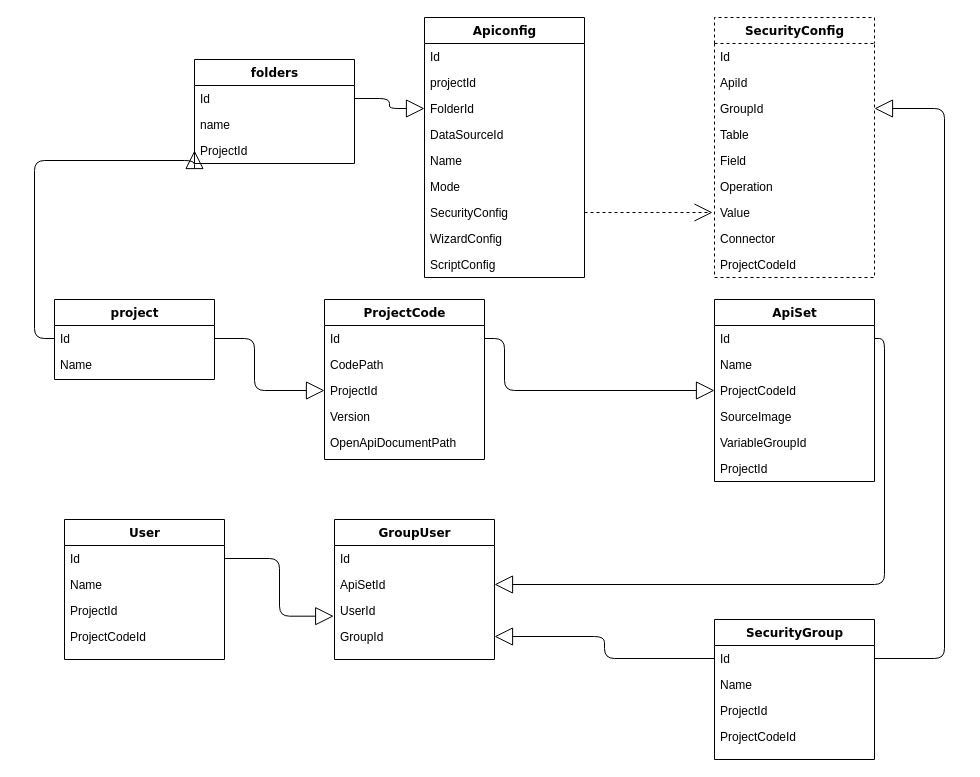
The draw.io diagram Untitled Diagram.drawio in JohnXu/JohnDiagrams, before the edit. Source tidied: cells renumbered, new cells numbered last; positions are measured from the earlier drawing's top-left corner, leaving out a move shared by most shapes. Both pictures are drawn from the tidied source at 100%, with x=0, y=0 at pixel (34, 17).
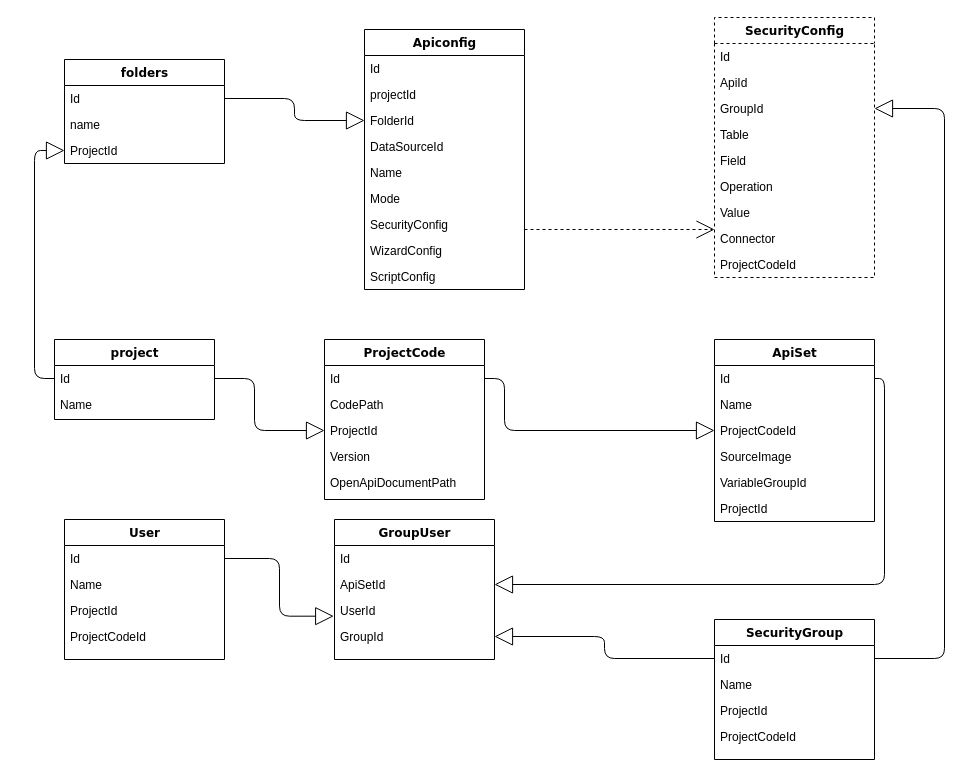
The same page after the edit.

Unchanged cells that the change refers to:
```xml
<mxCell id="3" value="Id" style="text;html=1;strokeColor=none;fillColor=none;align=left;verticalAlign=top;spacingLeft=4;spacingRight=4;whiteSpace=wrap;overflow=hidden;points=[[0,0.5],[1,0.5]];portConstraint=eastwest;" parent="2" vertex="1">
  <mxGeometry y="26" width="160" height="26" as="geometry" />
</mxCell>
<mxCell id="12" value="SecurityConfig" style="text;html=1;strokeColor=none;fillColor=none;align=left;verticalAlign=top;spacingLeft=4;spacingRight=4;whiteSpace=wrap;overflow=hidden;points=[[0,0.5],[1,0.5]];portConstraint=eastwest;" parent="5" vertex="1">
  <mxGeometry y="182" width="160" height="26" as="geometry" />
</mxCell>
<mxCell id="23" value="Connector" style="text;html=1;strokeColor=none;fillColor=none;align=left;verticalAlign=top;spacingLeft=4;spacingRight=4;whiteSpace=wrap;overflow=hidden;points=[[0,0.5],[1,0.5]];portConstraint=eastwest;" parent="15" vertex="1">
  <mxGeometry y="208" width="160" height="26" as="geometry" />
</mxCell>
<mxCell id="27" value="Id" style="text;html=1;strokeColor=none;fillColor=none;align=left;verticalAlign=top;spacingLeft=4;spacingRight=4;whiteSpace=wrap;overflow=hidden;points=[[0,0.5],[1,0.5]];portConstraint=eastwest;" parent="26" vertex="1">
  <mxGeometry y="26" width="160" height="26" as="geometry" />
</mxCell>
<mxCell id="29" value="ProjectId" style="text;html=1;strokeColor=none;fillColor=none;align=left;verticalAlign=top;spacingLeft=4;spacingRight=4;whiteSpace=wrap;overflow=hidden;points=[[0,0.5],[1,0.5]];portConstraint=eastwest;" parent="26" vertex="1">
  <mxGeometry y="78" width="160" height="26" as="geometry" />
</mxCell>
<mxCell id="40" value="ProjectId" style="text;html=1;strokeColor=none;fillColor=none;align=left;verticalAlign=top;spacingLeft=4;spacingRight=4;whiteSpace=wrap;overflow=hidden;points=[[0,0.5],[1,0.5]];portConstraint=eastwest;" parent="37" vertex="1">
  <mxGeometry y="78" width="160" height="26" as="geometry" />
</mxCell>
<mxCell id="44" value="ProjectCodeId" style="text;html=1;strokeColor=none;fillColor=none;align=left;verticalAlign=top;spacingLeft=4;spacingRight=4;whiteSpace=wrap;overflow=hidden;points=[[0,0.5],[1,0.5]];portConstraint=eastwest;" parent="41" vertex="1">
  <mxGeometry y="78" width="160" height="26" as="geometry" />
</mxCell>
```

What changed in the source:
```diff
@@
     <mxCell id="2" value="project" style="swimlane;html=1;fontStyle=1;align=center;verticalAlign=top;horizontal=1;startSize=26;swimlaneFillColor=#ffffff;rounded=0;shadow=0;comic=0;labelBackgroundColor=none;strokeWidth=1;fillColor=none;fontFamily=Verdana;fontSize=12;" parent="1" vertex="1">
-      <mxGeometry x="20" y="282" width="160" height="80" as="geometry" />
+      <mxGeometry x="20" y="322" width="160" height="80" as="geometry" />
     </mxCell>
@@
     <mxCell id="5" value="Apiconfig" style="swimlane;html=1;fontStyle=1;align=center;verticalAlign=top;horizontal=1;startSize=26;swimlaneFillColor=#ffffff;rounded=0;shadow=0;comic=0;labelBackgroundColor=none;strokeWidth=1;fillColor=none;fontFamily=Verdana;fontSize=12;" parent="1" vertex="1">
-      <mxGeometry x="390" width="160" height="260" as="geometry" />
+      <mxGeometry x="330" y="12" width="160" height="260" as="geometry" />
     </mxCell>
@@
-    <mxCell id="25" style="edgeStyle=elbowEdgeStyle;html=1;labelBackgroundColor=none;startFill=0;startSize=8;endArrow=open;endFill=0;endSize=16;fontFamily=Verdana;fontSize=12;elbow=vertical;dashed=1;exitX=1;exitY=0.5;exitDx=0;exitDy=0;" parent="1" edge="1" source="12">
+    <mxCell id="25" style="edgeStyle=elbowEdgeStyle;html=1;labelBackgroundColor=none;startFill=0;startSize=8;endArrow=open;endFill=0;endSize=16;fontFamily=Verdana;fontSize=12;elbow=vertical;dashed=1;entryX=0;entryY=0.154;entryDx=0;entryDy=0;entryPerimeter=0;" parent="1" edge="1" target="23">
       <mxGeometry relative="1" as="geometry">
-        <mxPoint x="678" y="195" as="targetPoint" />
+        <mxPoint x="490" y="212" as="sourcePoint" />
+        <Array as="points">
+          <mxPoint x="580" y="212" />
+        </Array>
       </mxGeometry>
     </mxCell>
     <mxCell id="26" value="ProjectCode" style="swimlane;html=1;fontStyle=1;align=center;verticalAlign=top;horizontal=1;startSize=26;swimlaneFillColor=#ffffff;rounded=0;shadow=0;comic=0;labelBackgroundColor=none;strokeWidth=1;fillColor=none;fontFamily=Verdana;fontSize=12;" parent="1" vertex="1">
-      <mxGeometry x="290" y="282" width="160" height="160" as="geometry" />
+      <mxGeometry x="290" y="322" width="160" height="160" as="geometry" />
     </mxCell>
@@
     <mxCell id="37" value="folders" style="swimlane;html=1;fontStyle=1;align=center;verticalAlign=top;horizontal=1;startSize=26;swimlaneFillColor=#ffffff;rounded=0;shadow=0;comic=0;labelBackgroundColor=none;strokeWidth=1;fillColor=none;fontFamily=Verdana;fontSize=12;" parent="1" vertex="1">
-      <mxGeometry x="160" y="42" width="160" height="104" as="geometry" />
+      <mxGeometry x="30" y="42" width="160" height="104" as="geometry" />
     </mxCell>
@@
     <mxCell id="41" value="ApiSet" style="swimlane;html=1;fontStyle=1;align=center;verticalAlign=top;horizontal=1;startSize=26;swimlaneFillColor=#ffffff;rounded=0;shadow=0;comic=0;labelBackgroundColor=none;strokeWidth=1;fillColor=none;fontFamily=Verdana;fontSize=12;" parent="1" vertex="1">
-      <mxGeometry x="680" y="282" width="160" height="182" as="geometry" />
+      <mxGeometry x="680" y="322" width="160" height="182" as="geometry" />
     </mxCell>
@@
     <mxCell id="61" style="edgeStyle=orthogonalEdgeStyle;html=1;labelBackgroundColor=none;startFill=0;startSize=8;endArrow=block;endFill=0;endSize=16;fontFamily=Verdana;fontSize=12;exitX=0;exitY=0.5;exitDx=0;exitDy=0;entryX=0;entryY=0.5;entryDx=0;entryDy=0;" parent="1" edge="1" source="3" target="40">
       <mxGeometry relative="1" as="geometry">
         <Array as="points">
-          <mxPoint y="321" />
-          <mxPoint y="143" />
+          <mxPoint y="361" />
+          <mxPoint y="133" />
         </Array>
       </mxGeometry>
     </mxCell>
@@
     <mxCell id="63" style="edgeStyle=orthogonalEdgeStyle;html=1;labelBackgroundColor=none;startFill=0;startSize=8;endArrow=block;endFill=0;endSize=16;fontFamily=Verdana;fontSize=12;exitX=1;exitY=0.5;exitDx=0;exitDy=0;entryX=0;entryY=0.5;entryDx=0;entryDy=0;" parent="1" edge="1" source="27" target="44">
       <mxGeometry relative="1" as="geometry">
         <Array as="points">
-          <mxPoint x="470" y="321" />
-          <mxPoint x="470" y="373" />
+          <mxPoint x="470" y="361" />
+          <mxPoint x="470" y="413" />
         </Array>
       </mxGeometry>
     </mxCell>
     <mxCell id="64" style="edgeStyle=orthogonalEdgeStyle;html=1;labelBackgroundColor=none;startFill=0;startSize=8;endArrow=block;endFill=0;endSize=16;fontFamily=Verdana;fontSize=12;entryX=0;entryY=0.5;entryDx=0;entryDy=0;exitX=1;exitY=0.5;exitDx=0;exitDy=0;" parent="1" edge="1" source="3" target="29">
       <mxGeometry relative="1" as="geometry">
         <Array as="points">
-          <mxPoint x="220" y="321" />
-          <mxPoint x="220" y="373" />
+          <mxPoint x="220" y="361" />
+          <mxPoint x="220" y="413" />
         </Array>
       </mxGeometry>
     </mxCell>
```
